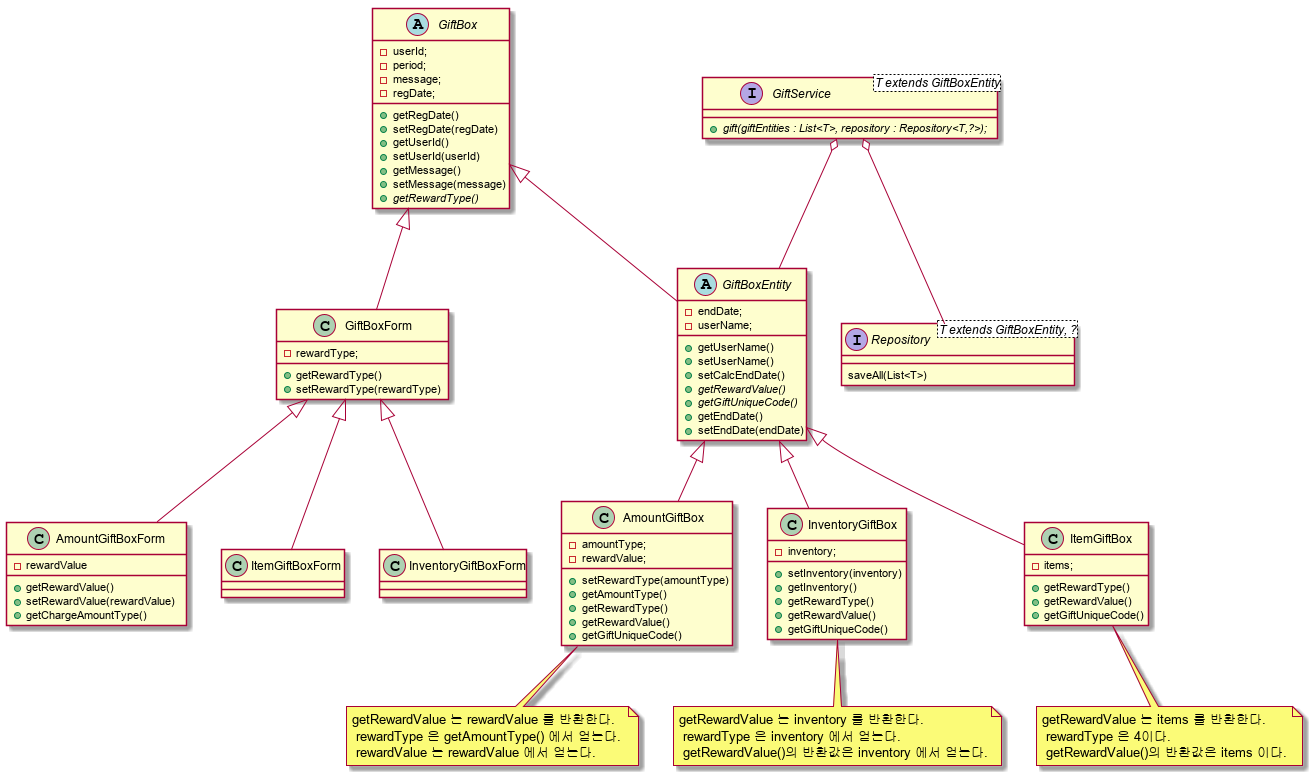
glqdlt/glqdlt.github.io keeps this PlantUML diagram as images/gift_class_diagram.png. Above is the earlier version. Source of this version:
```plantuml
@startuml


abstract class GiftBox{
    -userId;
    -period;
    -message;
    -regDate;

    +getRegDate()
    +setRegDate(regDate)
    +getUserId()
    +setUserId(userId)
    +getMessage()
    +setMessage(message)
    {abstract} +getRewardType()
}

abstract class GiftBoxEntity extends GiftBox{
    -endDate;
    -userName;

    +getUserName()
    +setUserName()
    +setCalcEndDate()
    {abstract} +getRewardValue()
    {abstract} +getGiftUniqueCode()
   +getEndDate()
   +setEndDate(endDate)
}

class GiftBoxForm extends GiftBox{
    -rewardType;
    +getRewardType()
    +setRewardType(rewardType)
}

class AmountGiftBoxForm extends GiftBoxForm{
    -rewardValue
    +getRewardValue()
    +setRewardValue(rewardValue)
    +getChargeAmountType()
}

class ItemGiftBoxForm extends GiftBoxForm{
}

class InventoryGiftBoxForm extends GiftBoxForm{
}

note bottom of AmountGiftBox : getRewardValue 는 rewardValue 를 반환한다. \n rewardType 은 getAmountType() 에서 얻는다. \n rewardValue 는 rewardValue 에서 얻는다.
class AmountGiftBox extends GiftBoxEntity{
    -amountType;
    -rewardValue;
    +setRewardType(amountType)
    +getAmountType()
    +getRewardType()
    +getRewardValue()
    +getGiftUniqueCode()
}

note bottom of InventoryGiftBox : getRewardValue 는 inventory 를 반환한다. \n rewardType 은 inventory 에서 얻는다. \n getRewardValue()의 반환값은 inventory 에서 얻는다.
class InventoryGiftBox extends GiftBoxEntity{
    -inventory;
    +setInventory(inventory)
    +getInventory()
    +getRewardType()
    +getRewardValue()
    +getGiftUniqueCode()
}

note bottom of ItemGiftBox : getRewardValue 는 items 를 반환한다. \n rewardType 은 4이다. \n getRewardValue()의 반환값은 items 이다.
class ItemGiftBox extends GiftBoxEntity{
    -items;
    +getRewardType()
    +getRewardValue()
    +getGiftUniqueCode()

}

interface GiftService <T extends GiftBoxEntity> {
    {abstract} +gift(giftEntities : List<T>, repository : Repository<T,?>);
}

interface Repository <T extends GiftBoxEntity, ?> {
    saveAll(List<T>)
}

GiftService o-- GiftBoxEntity
GiftService o-- Repository

@enduml
```
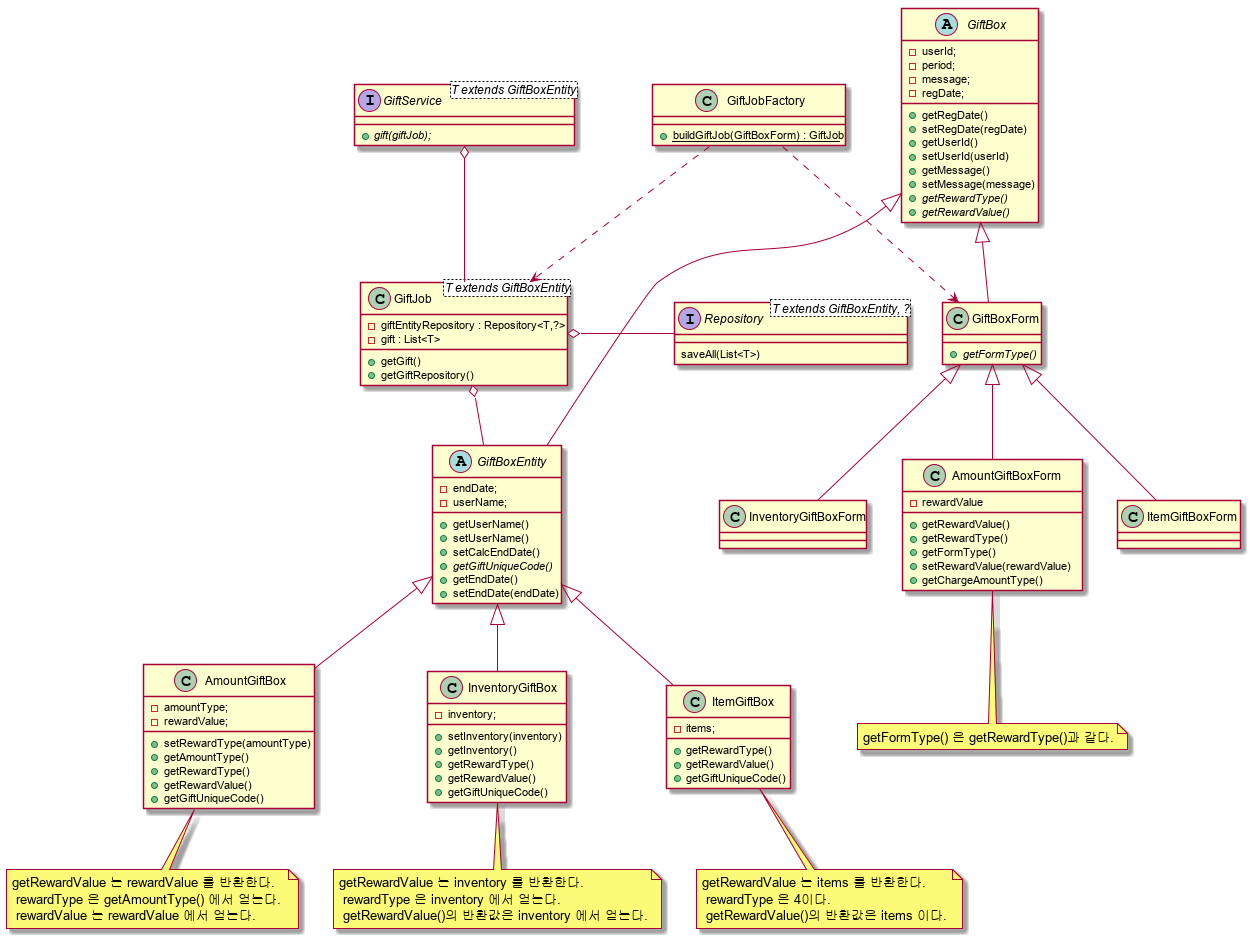
Above is the later version.

The edit, as a diff of the source:
```diff
@@ -14,6 +14,7 @@
     +getMessage()
     +setMessage(message)
     {abstract} +getRewardType()
+    {abstract} +getRewardValue()
 }
 
 abstract class GiftBoxEntity extends GiftBox{
@@ -23,21 +24,23 @@
     +getUserName()
     +setUserName()
     +setCalcEndDate()
-    {abstract} +getRewardValue()
     {abstract} +getGiftUniqueCode()
    +getEndDate()
    +setEndDate(endDate)
 }
 
 class GiftBoxForm extends GiftBox{
-    -rewardType;
-    +getRewardType()
-    +setRewardType(rewardType)
+
+    {abstract} +getFormType()
+
 }
 
+note bottom of AmountGiftBoxForm : getFormType() 은 getRewardType()과 같다.
 class AmountGiftBoxForm extends GiftBoxForm{
     -rewardValue
     +getRewardValue()
+    +getRewardType()
+    +getFormType()
     +setRewardValue(rewardValue)
     +getChargeAmountType()
 }
@@ -79,14 +82,30 @@
 }
 
 interface GiftService <T extends GiftBoxEntity> {
-    {abstract} +gift(giftEntities : List<T>, repository : Repository<T,?>);
+    {abstract} +gift(giftJob);
 }
 
 interface Repository <T extends GiftBoxEntity, ?> {
     saveAll(List<T>)
 }
 
-GiftService o-- GiftBoxEntity
-GiftService o-- Repository
+class GiftJobFactory{
+    {static}+buildGiftJob(GiftBoxForm) : GiftJob
+}
+
+class GiftJob <T extends GiftBoxEntity>{
+    -giftEntityRepository : Repository<T,?>
+    -gift : List<T>
+
+    +getGift()
+    +getGiftRepository()
+}
+
+GiftJob o- Repository
+GiftJob o-- GiftBoxEntity
+GiftJobFactory -.> GiftBoxForm
+GiftService o-- GiftJob
+
+GiftJobFactory -.> GiftJob
 
 @enduml
```
